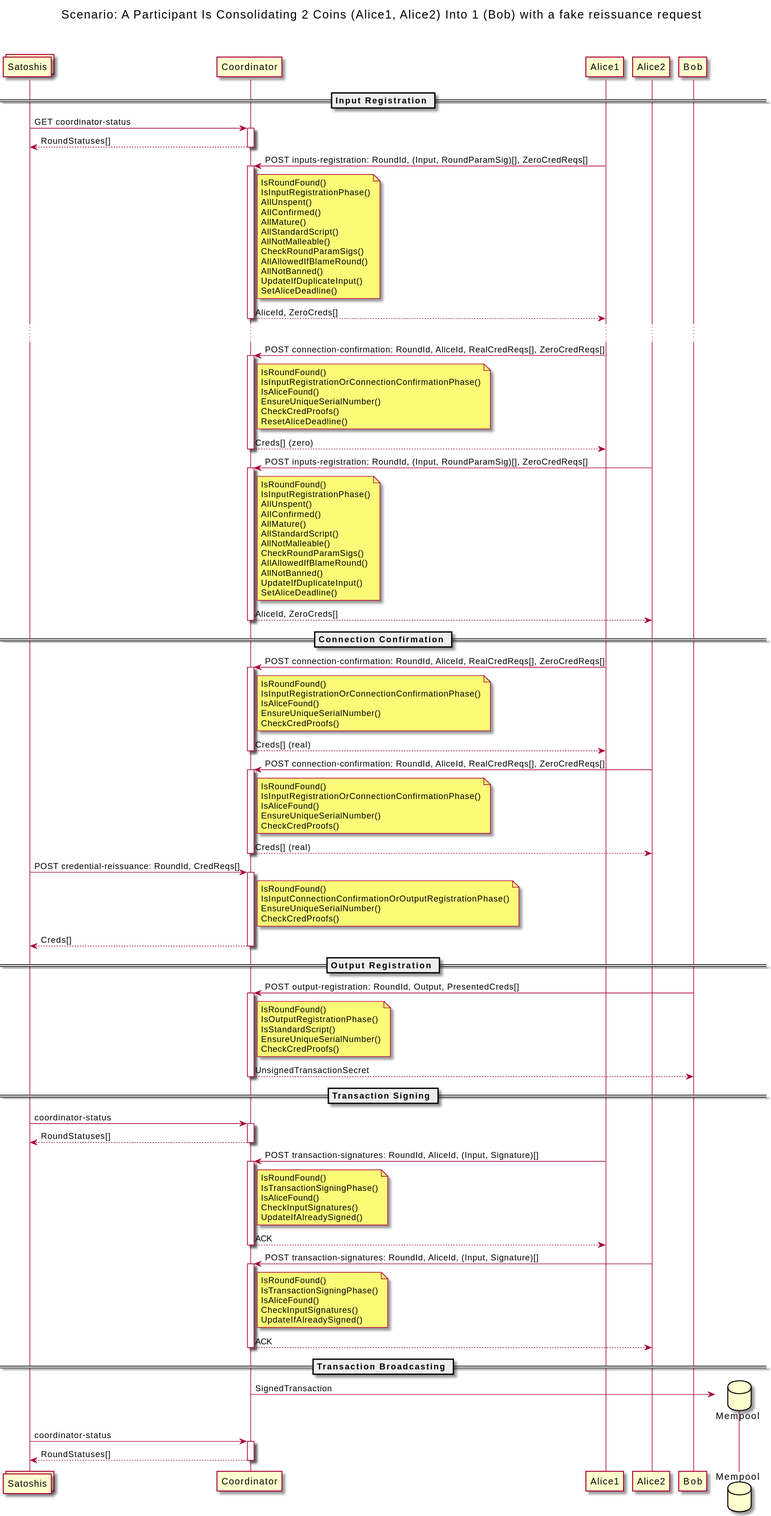
Before: diagrams/interaction_diagram.svg, a diagram exported from PlantUML (WalletWasabi/WabiSabi).
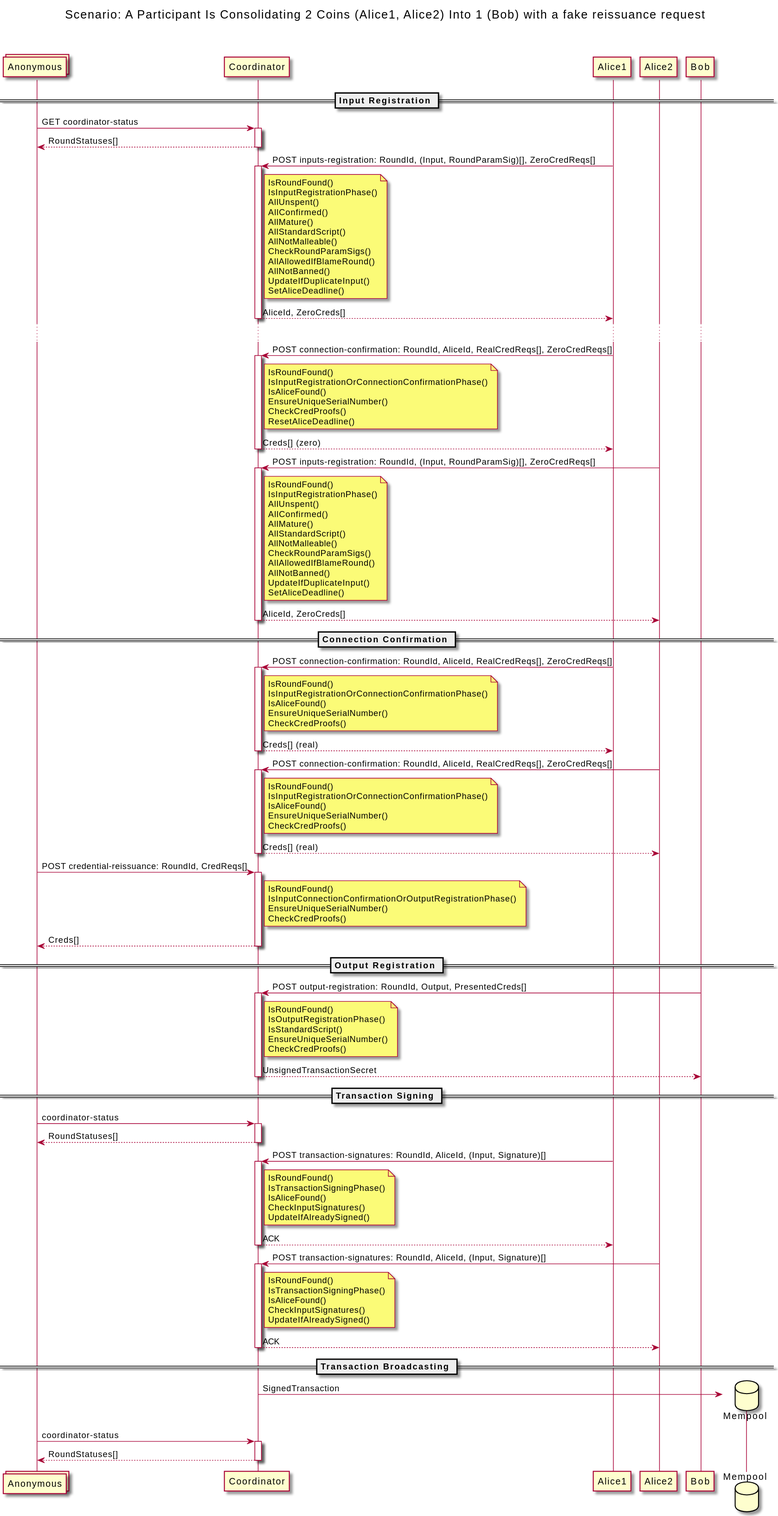
Above is the later version.

Commit message:
Rename Satoshis to Anonymous

The edit, as a diff of the source:
```diff
@@ -1,5 +1,5 @@
 @startuml
-collections Satoshis
+collections Anonymous
 participant Coordinator
 participant Alice1
 participant Alice2
@@ -10,7 +10,7 @@
 
 == Input Registration ==
 
-Satoshis -> Coordinator ++ : GET coordinator-status
+Anonymous -> Coordinator ++ : GET coordinator-status
 return RoundStatuses[]
 
 Alice1 -> Coordinator ++: POST inputs-registration: RoundId, (Input, RoundParamSig)[], ZeroCredReqs[]
@@ -81,7 +81,7 @@
 end note
 return Creds[] (real)
 
-Satoshis -> Coordinator ++: POST credential-reissuance: RoundId, CredReqs[]
+Anonymous -> Coordinator ++: POST credential-reissuance: RoundId, CredReqs[]
 note right of Coordinator
     IsRoundFound()
     IsInputConnectionConfirmationOrOutputRegistrationPhase()
@@ -104,7 +104,7 @@
 
 == Transaction Signing ==
 
-Satoshis -> Coordinator ++ : coordinator-status
+Anonymous -> Coordinator ++ : coordinator-status
 return RoundStatuses[]
 
 Alice1 -> Coordinator ++: POST transaction-signatures: RoundId, AliceId, (Input, Signature)[]
@@ -131,6 +131,6 @@
 
 Coordinator -> Mempool**  : SignedTransaction
 
-Satoshis -> Coordinator ++ : coordinator-status
+Anonymous -> Coordinator ++ : coordinator-status
 return RoundStatuses[]
 @enduml
```
